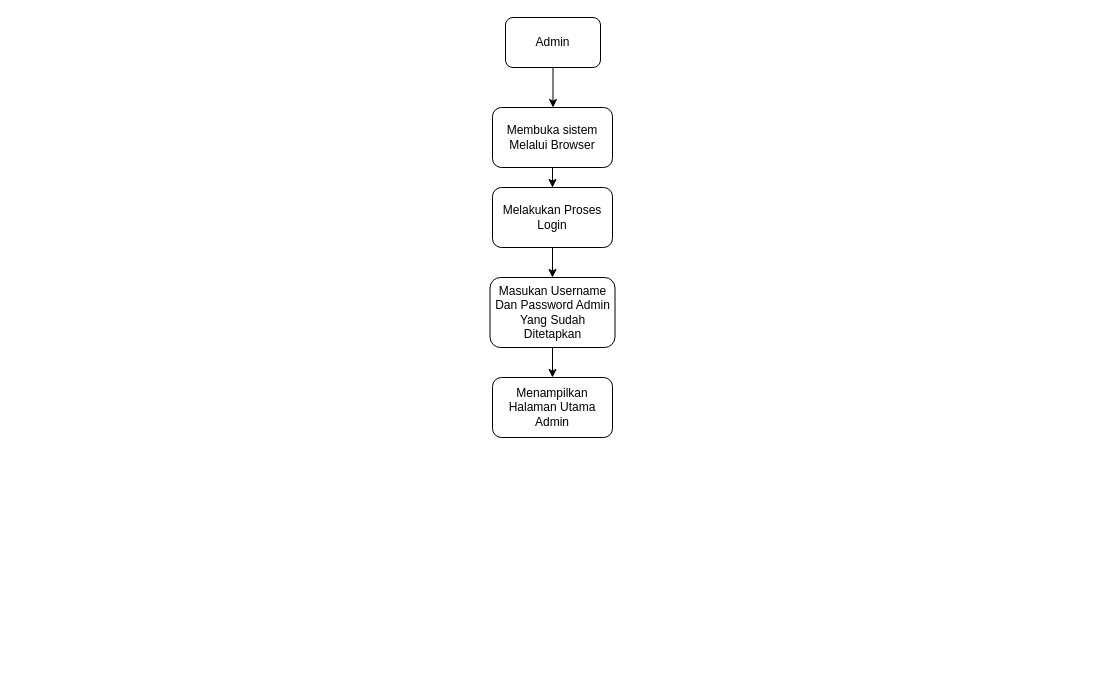
Above: Alur Kerja Admin.drawio in abdraiin/Sistem-Rekomendasi-Konten (draw.io), before the change. Source tidied: cells renumbered, new cells numbered last; positions are measured from the earlier drawing's top-left corner, leaving out a move shared by most shapes. Both pictures are drawn from the tidied source at 100%, with x=0, y=0 at pixel (489, 17).
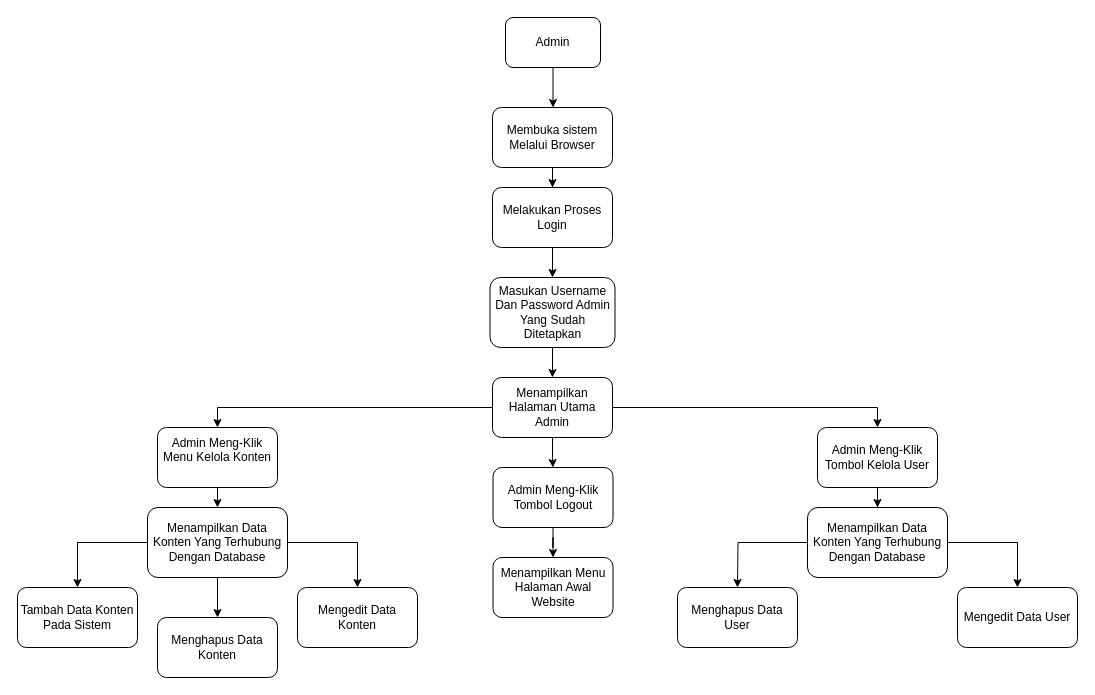
The same diagram, later.

The change refers to these unchanged cells:
```xml
<mxCell id="10" value="Menampilkan Halaman Utama Admin" style="whiteSpace=wrap;html=1;rounded=1;" parent="1" vertex="1">
  <mxGeometry x="3" y="360" width="120" height="60" as="geometry" />
</mxCell>
```

The edit, as a diff of the source:
```diff
@@
+    <mxCell id="11" style="edgeStyle=orthogonalEdgeStyle;rounded=0;jettySize=auto;html=1;" parent="1" edge="1" source="10" target="15">
+      <mxGeometry relative="1" as="geometry">
+        <Array as="points">
+          <mxPoint x="-272" y="390" />
+        </Array>
+      </mxGeometry>
+    </mxCell>
+    <mxCell id="12" style="edgeStyle=orthogonalEdgeStyle;rounded=0;jettySize=auto;html=1;" parent="1" edge="1" source="10" target="21">
+      <mxGeometry relative="1" as="geometry" />
+    </mxCell>
+    <mxCell id="13" style="edgeStyle=orthogonalEdgeStyle;rounded=0;jettySize=auto;html=1;" parent="1" edge="1" source="10" target="24">
+      <mxGeometry relative="1" as="geometry">
+        <Array as="points">
+          <mxPoint x="388" y="390" />
+        </Array>
+      </mxGeometry>
+    </mxCell>
@@
+    <mxCell id="14" style="edgeStyle=orthogonalEdgeStyle;rounded=0;jettySize=auto;html=1;" parent="1" edge="1" source="15" target="19">
+      <mxGeometry relative="1" as="geometry">
+        <Array as="points">
+          <mxPoint x="-272" y="490" />
+          <mxPoint x="-272" y="490" />
+        </Array>
+      </mxGeometry>
+    </mxCell>
+    <mxCell id="15" value="Admin Meng-Klik Menu Kelola Konten&lt;div&gt;&lt;br&gt;&lt;/div&gt;" style="whiteSpace=wrap;html=1;rounded=1;" parent="1" vertex="1">
+      <mxGeometry x="-332" y="410" width="120" height="60" as="geometry" />
+    </mxCell>
+    <mxCell id="16" style="edgeStyle=orthogonalEdgeStyle;rounded=0;jettySize=auto;html=1;" parent="1" edge="1" source="19" target="25">
+      <mxGeometry relative="1" as="geometry" />
+    </mxCell>
+    <mxCell id="17" style="edgeStyle=orthogonalEdgeStyle;rounded=0;jettySize=auto;html=1;" parent="1" edge="1" source="19" target="26">
+      <mxGeometry relative="1" as="geometry" />
+    </mxCell>
+    <mxCell id="18" style="edgeStyle=orthogonalEdgeStyle;rounded=0;jettySize=auto;html=1;" parent="1" edge="1" source="19" target="27">
+      <mxGeometry relative="1" as="geometry" />
+    </mxCell>
+    <mxCell id="19" value="Menampilkan Data&lt;div&gt;Konten Yang Terhubung Dengan Database&lt;/div&gt;" style="whiteSpace=wrap;html=1;rounded=1;" parent="1" vertex="1">
+      <mxGeometry x="-342" y="490" width="140" height="70" as="geometry" />
+    </mxCell>
+    <mxCell id="20" style="edgeStyle=orthogonalEdgeStyle;rounded=0;jettySize=auto;html=1;" parent="1" edge="1" source="21" target="22">
+      <mxGeometry relative="1" as="geometry" />
+    </mxCell>
+    <mxCell id="21" value="Admin Meng-Klik&lt;div&gt;Tombol Logout&lt;/div&gt;" style="whiteSpace=wrap;html=1;rounded=1;" parent="1" vertex="1">
+      <mxGeometry x="3.5" y="450" width="120" height="60" as="geometry" />
+    </mxCell>
+    <mxCell id="22" value="Menampilkan Menu&lt;div&gt;Halaman Awal Website&lt;/div&gt;" style="whiteSpace=wrap;html=1;rounded=1;" parent="1" vertex="1">
+      <mxGeometry x="3.5" y="540" width="120" height="60" as="geometry" />
+    </mxCell>
+    <mxCell id="23" style="edgeStyle=orthogonalEdgeStyle;rounded=0;jettySize=auto;html=1;" parent="1" edge="1" source="24" target="30">
+      <mxGeometry relative="1" as="geometry" />
+    </mxCell>
+    <mxCell id="24" value="Admin Meng-Klik Tombol Kelola User" style="whiteSpace=wrap;html=1;rounded=1;" parent="1" vertex="1">
+      <mxGeometry x="328" y="410" width="120" height="60" as="geometry" />
+    </mxCell>
+    <mxCell id="25" value="Tambah Data Konten Pada Sistem" style="whiteSpace=wrap;html=1;rounded=1;" parent="1" vertex="1">
+      <mxGeometry x="-472" y="570" width="120" height="60" as="geometry" />
+    </mxCell>
+    <mxCell id="26" value="Mengedit Data Konten" style="whiteSpace=wrap;html=1;rounded=1;" parent="1" vertex="1">
+      <mxGeometry x="-192" y="570" width="120" height="60" as="geometry" />
+    </mxCell>
+    <mxCell id="27" value="Menghapus Data Konten" style="whiteSpace=wrap;html=1;rounded=1;" parent="1" vertex="1">
+      <mxGeometry x="-332" y="600" width="120" height="60" as="geometry" />
+    </mxCell>
+    <mxCell id="28" style="edgeStyle=orthogonalEdgeStyle;rounded=0;jettySize=auto;html=1;" parent="1" edge="1" source="30">
+      <mxGeometry relative="1" as="geometry">
+        <mxPoint x="248" y="570" as="targetPoint" />
+      </mxGeometry>
+    </mxCell>
+    <mxCell id="29" style="edgeStyle=orthogonalEdgeStyle;rounded=0;jettySize=auto;html=1;" parent="1" edge="1" source="30" target="31">
+      <mxGeometry relative="1" as="geometry" />
+    </mxCell>
+    <mxCell id="30" value="Menampilkan Data&lt;div&gt;Konten Yang Terhubung Dengan Database&lt;/div&gt;" style="whiteSpace=wrap;html=1;rounded=1;" parent="1" vertex="1">
+      <mxGeometry x="318" y="490" width="140" height="70" as="geometry" />
+    </mxCell>
+    <mxCell id="31" value="Mengedit Data User" style="whiteSpace=wrap;html=1;rounded=1;" parent="1" vertex="1">
+      <mxGeometry x="468" y="570" width="120" height="60" as="geometry" />
+    </mxCell>
+    <mxCell id="32" value="Menghapus Data User" style="whiteSpace=wrap;html=1;rounded=1;" parent="1" vertex="1">
+      <mxGeometry x="188" y="570" width="120" height="60" as="geometry" />
+    </mxCell>
```
